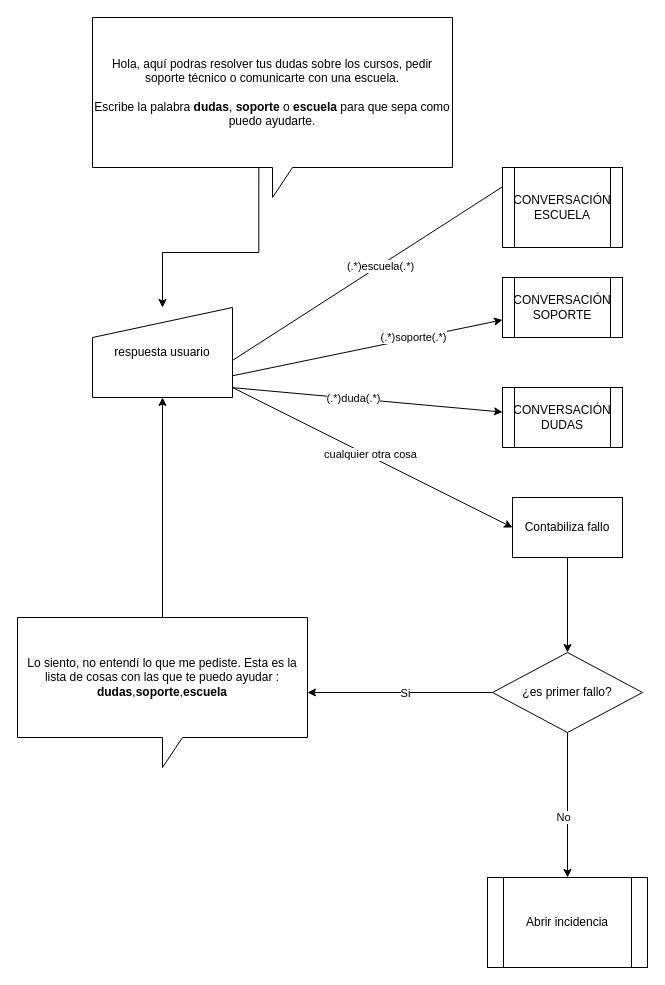
This is page "Página-1" (1 of 2) of chatbotTE.drawio from carlosromero/chatbotworkflowte, a draw.io file, before an edit. Source tidied: cells renumbered, new cells numbered last; positions are measured from the earlier drawing's top-left corner, leaving out a move shared by most shapes. Both pictures are drawn from the tidied source at 100%, with x=0, y=0 at pixel (17, 17).
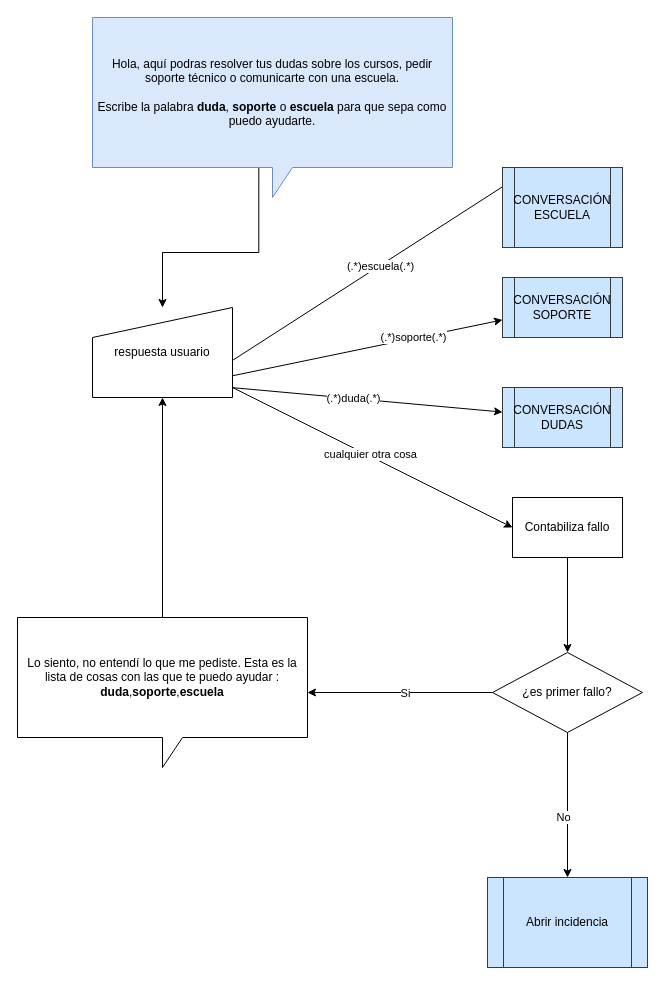
After the change.

Diff of the diagram source:
```diff
@@
-    <mxCell id="3" value="Hola, aquí podras resolver tus dudas sobre los cursos, pedir soporte técnico o comunicarte con una escuela.&lt;br&gt;&lt;br&gt;Escribe la palabra &lt;b&gt;dudas&lt;/b&gt;, &lt;b&gt;soporte&lt;/b&gt; o &lt;b&gt;escuela&lt;/b&gt; para que sepa como puedo ayudarte." style="shape=callout;whiteSpace=wrap;html=1;perimeter=calloutPerimeter;" parent="1" vertex="1">
+    <mxCell id="3" value="Hola, aquí podras resolver tus dudas sobre los cursos, pedir soporte técnico o comunicarte con una escuela.&lt;br&gt;&lt;br&gt;Escribe la palabra &lt;b&gt;duda&lt;/b&gt;, &lt;b&gt;soporte&lt;/b&gt; o &lt;b&gt;escuela&lt;/b&gt; para que sepa como puedo ayudarte." style="shape=callout;whiteSpace=wrap;html=1;perimeter=calloutPerimeter;fillColor=#dae8fc;strokeColor=#6c8ebf;" parent="1" vertex="1">
       <mxGeometry x="75" width="360" height="180" as="geometry" />
     </mxCell>
@@
-    <mxCell id="9" value="Lo siento, no entendí lo que me pediste. Esta es la lista de cosas con las que te puedo ayudar : &lt;b&gt;dudas&lt;/b&gt;,&lt;b&gt;soporte&lt;/b&gt;,&lt;b&gt;escuela&lt;/b&gt;" style="shape=callout;whiteSpace=wrap;html=1;perimeter=calloutPerimeter;" parent="1" vertex="1">
+    <mxCell id="9" value="Lo siento, no entendí lo que me pediste. Esta es la lista de cosas con las que te puedo ayudar : &lt;b&gt;duda&lt;/b&gt;,&lt;b&gt;soporte&lt;/b&gt;,&lt;b&gt;escuela&lt;/b&gt;" style="shape=callout;whiteSpace=wrap;html=1;perimeter=calloutPerimeter;" parent="1" vertex="1">
       <mxGeometry y="600" width="290" height="150" as="geometry" />
     </mxCell>
@@
-    <mxCell id="20" value="&lt;div&gt;Abrir incidencia&lt;/div&gt;" style="shape=process;whiteSpace=wrap;html=1;backgroundOutline=1;" parent="1" vertex="1">
+    <mxCell id="20" value="&lt;div&gt;Abrir incidencia&lt;/div&gt;" style="shape=process;whiteSpace=wrap;html=1;backgroundOutline=1;fillColor=#cce5ff;strokeColor=#36393d;" parent="1" vertex="1">
       <mxGeometry x="470" y="860" width="160" height="90" as="geometry" />
     </mxCell>
@@
-    <mxCell id="22" value="&lt;div&gt;CONVERSACIÓN&lt;/div&gt;&lt;div&gt;DUDAS&lt;/div&gt;" style="shape=process;whiteSpace=wrap;html=1;backgroundOutline=1;" parent="1" vertex="1">
+    <mxCell id="22" value="&lt;div&gt;CONVERSACIÓN&lt;/div&gt;&lt;div&gt;DUDAS&lt;/div&gt;" style="shape=process;whiteSpace=wrap;html=1;backgroundOutline=1;fillColor=#cce5ff;strokeColor=#36393d;" parent="1" vertex="1">
       <mxGeometry x="485" y="370" width="120" height="60" as="geometry" />
     </mxCell>
-    <mxCell id="23" value="&lt;div&gt;CONVERSACIÓN&lt;/div&gt;&lt;div&gt;SOPORTE&lt;/div&gt;" style="shape=process;whiteSpace=wrap;html=1;backgroundOutline=1;" parent="1" vertex="1">
+    <mxCell id="23" value="&lt;div&gt;CONVERSACIÓN&lt;/div&gt;&lt;div&gt;SOPORTE&lt;/div&gt;" style="shape=process;whiteSpace=wrap;html=1;backgroundOutline=1;fillColor=#cce5ff;strokeColor=#36393d;" parent="1" vertex="1">
       <mxGeometry x="485" y="260" width="120" height="60" as="geometry" />
     </mxCell>
-    <mxCell id="24" value="&lt;div&gt;CONVERSACIÓN&lt;/div&gt;&lt;div&gt;ESCUELA&lt;/div&gt;" style="shape=process;whiteSpace=wrap;html=1;backgroundOutline=1;" parent="1" vertex="1">
+    <mxCell id="24" value="&lt;div&gt;CONVERSACIÓN&lt;/div&gt;&lt;div&gt;ESCUELA&lt;/div&gt;" style="shape=process;whiteSpace=wrap;html=1;backgroundOutline=1;fillColor=#cce5ff;strokeColor=#36393d;" parent="1" vertex="1">
       <mxGeometry x="485" y="150" width="120" height="80" as="geometry" />
     </mxCell>
```
